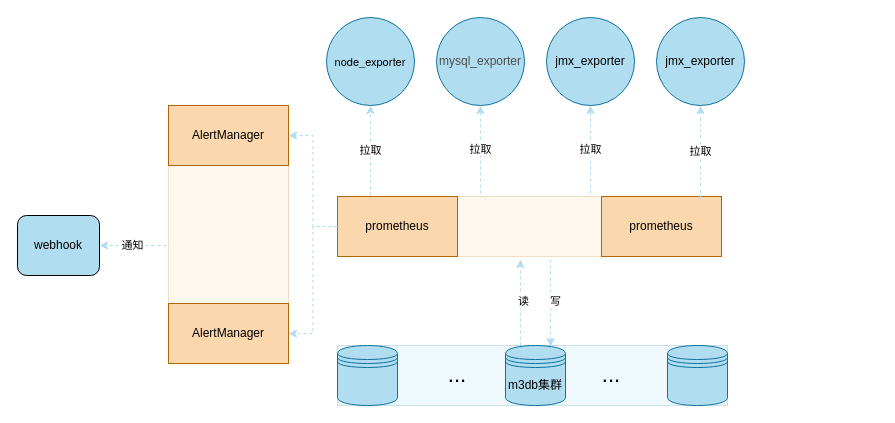
The draw.io diagram file/monitor.drawio in DORcode/admin-demo, before the edit. Source tidied: cells renumbered, new cells numbered last; positions are measured from the earlier drawing's top-left corner, leaving out a move shared by most shapes. Both pictures are drawn from the tidied source at 100%, with x=0, y=0 at pixel (17, 17).
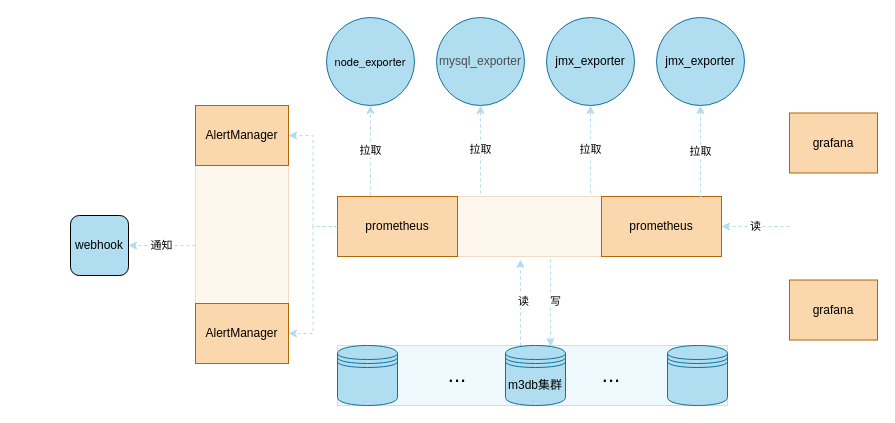
The same page after the edit.

The change refers to these unchanged cells:
```xml
<mxCell id="4" value="&lt;span style=&quot;color: rgb(0 , 0 , 0) ; font-family: &amp;#34;helvetica&amp;#34; ; font-size: 12px ; font-style: normal ; font-weight: 400 ; letter-spacing: normal ; text-align: center ; text-indent: 0px ; text-transform: none ; word-spacing: 0px ; display: inline ; float: none ; background-color: rgb(250 , 215 , 172)&quot;&gt;prometheus&lt;/span&gt;" style="rounded=0;whiteSpace=wrap;html=1;fillColor=#fad7ac;strokeColor=#b46504;" parent="2" vertex="1">
  <mxGeometry x="264" width="120" height="60" as="geometry" />
</mxCell>
```

What changed in the source:
```diff
@@
     <mxCell id="25" value="webhook" style="rounded=1;whiteSpace=wrap;html=1;fillColor=#B1DDF0;" parent="1" vertex="1">
-      <mxGeometry y="198" width="82" height="60" as="geometry" />
+      <mxGeometry x="53" y="198" width="58" height="60" as="geometry" />
     </mxCell>
     <mxCell id="26" style="group;fillColor=#fad7ac;strokeColor=#b46504;opacity=20;" parent="1" vertex="1">
-      <mxGeometry x="151" y="88" width="120" height="258" as="geometry" />
+      <mxGeometry x="178" y="88" width="93" height="258" as="geometry" />
     </mxCell>
     <mxCell id="27" value="AlertManager" style="rounded=0;whiteSpace=wrap;html=1;fillColor=#fad7ac;strokeColor=#b46504;" parent="26" vertex="1">
-      <mxGeometry width="120" height="60" as="geometry" />
+      <mxGeometry width="93" height="60" as="geometry" />
     </mxCell>
     <mxCell id="28" value="AlertManager" style="rounded=0;whiteSpace=wrap;html=1;fillColor=#fad7ac;strokeColor=#b46504;" parent="26" vertex="1">
-      <mxGeometry y="198" width="120" height="60" as="geometry" />
+      <mxGeometry y="198" width="93" height="60" as="geometry" />
     </mxCell>
     <mxCell id="29" value="通知" style="endArrow=classic;html=1;strokeColor=#B1DDF0;entryX=1;entryY=0.5;entryDx=0;entryDy=0;jumpSize=10;jumpStyle=sharp;dashed=1;" parent="1" edge="1" target="25">
       <mxGeometry relative="1" as="geometry">
-        <mxPoint x="149" y="228" as="sourcePoint" />
+        <mxPoint x="178" y="228" as="sourcePoint" />
       </mxGeometry>
     </mxCell>
+    <mxCell id="30" style="group;" parent="1" vertex="1">
+      <mxGeometry x="772" y="95.5" width="88" height="227" as="geometry" />
+    </mxCell>
+    <mxCell id="31" value="&lt;font face=&quot;helvetica&quot;&gt;&lt;span style=&quot;background-color: rgb(250 , 215 , 172)&quot;&gt;grafana&lt;/span&gt;&lt;/font&gt;" style="rounded=0;whiteSpace=wrap;html=1;fillColor=#fad7ac;strokeColor=#b46504;" parent="30" vertex="1">
+      <mxGeometry width="88" height="60" as="geometry" />
+    </mxCell>
+    <mxCell id="32" value="&lt;span style=&quot;color: rgb(0 , 0 , 0) ; font-family: &amp;#34;helvetica&amp;#34; ; font-size: 12px ; font-style: normal ; font-weight: 400 ; letter-spacing: normal ; text-align: center ; text-indent: 0px ; text-transform: none ; word-spacing: 0px ; display: inline ; float: none ; background-color: rgb(250 , 215 , 172)&quot;&gt;grafana&lt;/span&gt;" style="rounded=0;whiteSpace=wrap;html=1;fillColor=#fad7ac;strokeColor=#b46504;" parent="30" vertex="1">
+      <mxGeometry y="167" width="88" height="60" as="geometry" />
+    </mxCell>
+    <mxCell id="33" value="读" style="endArrow=classic;html=1;dashed=1;strokeColor=#B1DDF0;entryX=1;entryY=0.5;entryDx=0;entryDy=0;" parent="1" edge="1" target="4">
+      <mxGeometry relative="1" as="geometry">
+        <mxPoint x="772" y="209" as="sourcePoint" />
+      </mxGeometry>
+    </mxCell>
```
